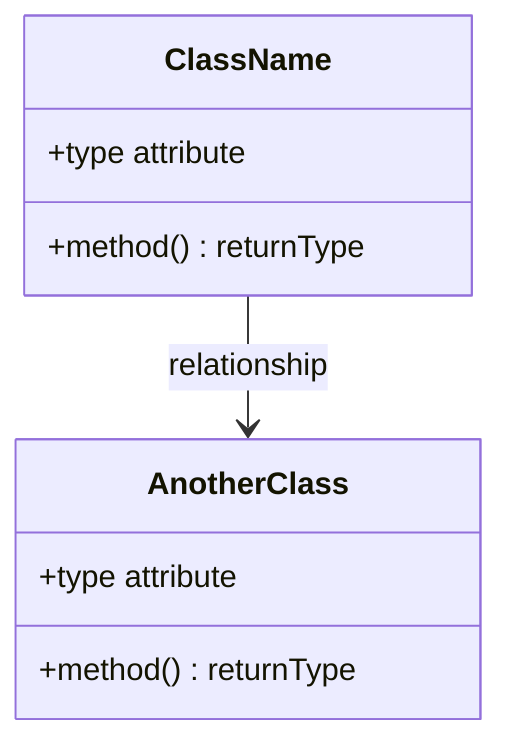
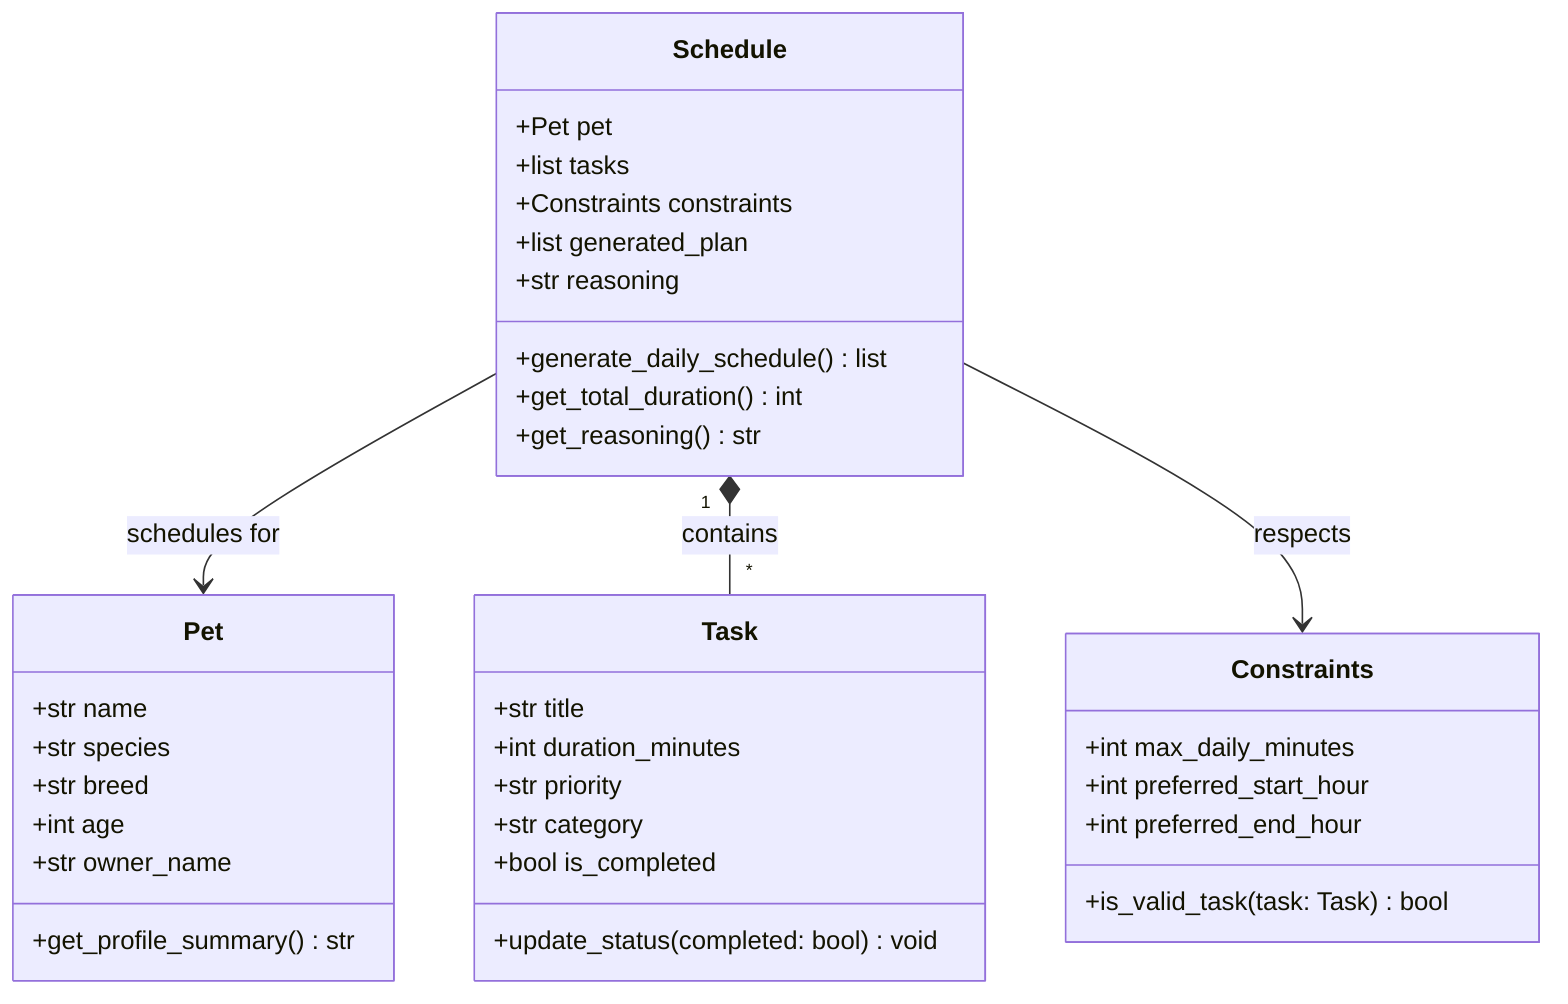
classDiagram
-     %% Replace the placeholders below with your actual classes, attributes, methods, and relationships.
-     %% Keep this file updated so it matches your final implementation.
- 
-     class ClassName {
-         +type attribute
-         +method() returnType
+     class Pet {
+         +str name
+         +str species
+         +str breed
+         +int age
+         +str owner_name
+         +get_profile_summary() str
    }

-     class AnotherClass {
-         +type attribute
-         +method() returnType
+     class Task {
+         +str title
+         +int duration_minutes
+         +str priority
+         +str category
+         +bool is_completed
+         +update_status(completed: bool) void
    }

-     ClassName --> AnotherClass : relationship
+     class Constraints {
+         +int max_daily_minutes
+         +int preferred_start_hour
+         +int preferred_end_hour
+         +is_valid_task(task: Task) bool
+     }
+ 
+     class Schedule {
+         +Pet pet
+         +list tasks
+         +Constraints constraints
+         +list generated_plan
+         +str reasoning
+         +generate_daily_schedule() list
+         +get_total_duration() int
+         +get_reasoning() str
+     }
+ 
+     Schedule --> Pet : schedules for
+     Schedule "1" *-- "*" Task : contains
+     Schedule --> Constraints : respects
+ 
